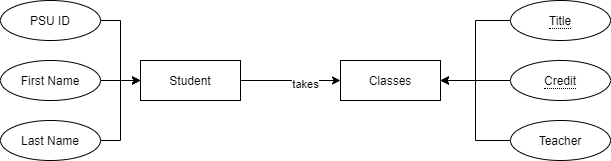
The draw.io diagram Images/tutorial (IST210).png in leo9620/Fall2020, before a commit. Source tidied: cells renumbered, new cells last; positions are measured from the earlier drawing's top-left corner, leaving out a move shared by most shapes.
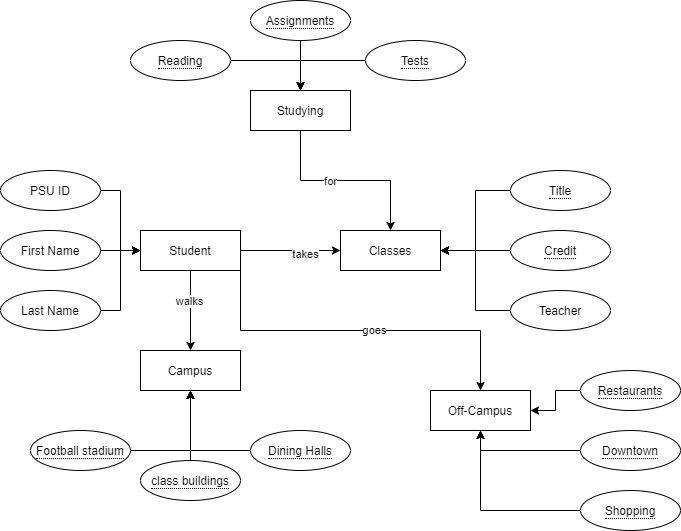
After the commit.

What changed in the source:
```diff
@@ -8,6 +8,20 @@
     <mxCell id="3" value="takes" style="edgeLabel;html=1;align=center;verticalAlign=middle;" parent="2" vertex="1">
       <mxGeometry x="0.28" y="-3" relative="1" as="geometry" />
     </mxCell>
+    <mxCell id="18" style="edgeStyle=orthogonalEdgeStyle;rounded=0;jettySize=auto;html=1;exitX=0.5;exitY=1;exitDx=0;exitDy=0;entryX=0.5;entryY=0;entryDx=0;entryDy=0;" parent="1" edge="1" source="4" target="22">
+      <mxGeometry relative="1" as="geometry" />
+    </mxCell>
+    <mxCell id="19" value="walks" style="edgeLabel;html=1;align=center;verticalAlign=middle;" parent="18" vertex="1">
+      <mxGeometry x="-0.25" y="-2" relative="1" as="geometry" />
+    </mxCell>
+    <mxCell id="20" style="edgeStyle=orthogonalEdgeStyle;rounded=0;jettySize=auto;html=1;exitX=1;exitY=1;exitDx=0;exitDy=0;" parent="1" edge="1" source="4">
+      <mxGeometry relative="1" as="geometry">
+        <mxPoint x="480" y="220" as="targetPoint" />
+      </mxGeometry>
+    </mxCell>
+    <mxCell id="21" value="goes" style="edgeLabel;html=1;align=center;verticalAlign=middle;" parent="20" vertex="1">
+      <mxGeometry x="0.07" y="1" relative="1" as="geometry" />
+    </mxCell>
     <mxCell id="4" value="Student" style="whiteSpace=wrap;html=1;align=center;" parent="1" vertex="1">
       <mxGeometry x="140" y="60" width="100" height="40" as="geometry" />
     </mxCell>
@@ -50,5 +64,82 @@
     <mxCell id="17" value="Teacher" style="ellipse;whiteSpace=wrap;html=1;align=center;" parent="1" vertex="1">
       <mxGeometry x="510" y="120" width="100" height="40" as="geometry" />
     </mxCell>
+    <mxCell id="22" value="Campus" style="whiteSpace=wrap;html=1;align=center;" parent="1" vertex="1">
+      <mxGeometry x="140" y="180" width="100" height="40" as="geometry" />
+    </mxCell>
+    <mxCell id="23" style="edgeStyle=orthogonalEdgeStyle;rounded=0;jettySize=auto;html=1;entryX=0.5;entryY=1;entryDx=0;entryDy=0;" parent="1" edge="1" source="24" target="22">
+      <mxGeometry relative="1" as="geometry" />
+    </mxCell>
+    <mxCell id="24" value="&lt;span style=&quot;border-bottom: 1px dotted&quot;&gt;Football stadium&lt;br&gt;&lt;/span&gt;" style="ellipse;whiteSpace=wrap;html=1;align=center;" parent="1" vertex="1">
+      <mxGeometry x="30" y="260" width="100" height="40" as="geometry" />
+    </mxCell>
+    <mxCell id="25" style="edgeStyle=orthogonalEdgeStyle;rounded=0;jettySize=auto;html=1;entryX=0.5;entryY=1;entryDx=0;entryDy=0;" parent="1" edge="1" source="26" target="22">
+      <mxGeometry relative="1" as="geometry" />
+    </mxCell>
+    <mxCell id="26" value="&lt;span style=&quot;border-bottom: 1px dotted&quot;&gt;class buildings&lt;/span&gt;" style="ellipse;whiteSpace=wrap;html=1;align=center;" parent="1" vertex="1">
+      <mxGeometry x="140" y="290" width="100" height="40" as="geometry" />
+    </mxCell>
+    <mxCell id="27" style="edgeStyle=orthogonalEdgeStyle;rounded=0;jettySize=auto;html=1;entryX=0.5;entryY=1;entryDx=0;entryDy=0;" parent="1" edge="1" source="28" target="22">
+      <mxGeometry relative="1" as="geometry" />
+    </mxCell>
+    <mxCell id="28" value="&lt;span style=&quot;border-bottom: 1px dotted&quot;&gt;Dining Halls&lt;/span&gt;" style="ellipse;whiteSpace=wrap;html=1;align=center;" parent="1" vertex="1">
+      <mxGeometry x="250" y="260" width="100" height="40" as="geometry" />
+    </mxCell>
+    <mxCell id="29" value="Off-Campus" style="whiteSpace=wrap;html=1;align=center;" parent="1" vertex="1">
+      <mxGeometry x="430" y="220" width="100" height="40" as="geometry" />
+    </mxCell>
+    <mxCell id="30" style="edgeStyle=orthogonalEdgeStyle;rounded=0;jettySize=auto;html=1;exitX=0;exitY=0.5;exitDx=0;exitDy=0;entryX=0.5;entryY=1;entryDx=0;entryDy=0;" parent="1" edge="1" source="31" target="29">
+      <mxGeometry relative="1" as="geometry" />
+    </mxCell>
+    <mxCell id="31" value="&lt;span style=&quot;border-bottom: 1px dotted&quot;&gt;Downtown&lt;/span&gt;" style="ellipse;whiteSpace=wrap;html=1;align=center;" parent="1" vertex="1">
+      <mxGeometry x="580" y="260" width="100" height="40" as="geometry" />
+    </mxCell>
+    <mxCell id="32" style="edgeStyle=orthogonalEdgeStyle;rounded=0;jettySize=auto;html=1;exitX=0;exitY=0.5;exitDx=0;exitDy=0;entryX=1;entryY=0.5;entryDx=0;entryDy=0;" parent="1" edge="1" source="33" target="29">
+      <mxGeometry relative="1" as="geometry" />
+    </mxCell>
+    <mxCell id="33" value="&lt;span style=&quot;border-bottom: 1px dotted&quot;&gt;Restaurants&lt;/span&gt;" style="ellipse;whiteSpace=wrap;html=1;align=center;" parent="1" vertex="1">
+      <mxGeometry x="580" y="200" width="100" height="40" as="geometry" />
+    </mxCell>
+    <mxCell id="34" style="edgeStyle=orthogonalEdgeStyle;rounded=0;jettySize=auto;html=1;exitX=0;exitY=0.5;exitDx=0;exitDy=0;" parent="1" edge="1" source="35">
+      <mxGeometry relative="1" as="geometry">
+        <mxPoint x="480" y="260" as="targetPoint" />
+      </mxGeometry>
+    </mxCell>
+    <mxCell id="35" value="&lt;span style=&quot;border-bottom: 1px dotted&quot;&gt;Shopping&lt;/span&gt;" style="ellipse;whiteSpace=wrap;html=1;align=center;" parent="1" vertex="1">
+      <mxGeometry x="580" y="320" width="100" height="40" as="geometry" />
+    </mxCell>
+    <mxCell id="36" style="edgeStyle=orthogonalEdgeStyle;rounded=0;jettySize=auto;html=1;entryX=0.5;entryY=0;entryDx=0;entryDy=0;" parent="1" edge="1" source="38" target="11">
+      <mxGeometry relative="1" as="geometry" />
+    </mxCell>
+    <mxCell id="37" value="for" style="edgeLabel;html=1;align=center;verticalAlign=middle;" parent="36" vertex="1">
+      <mxGeometry x="-0.47" y="29" relative="1" as="geometry">
+        <mxPoint x="29" y="29" as="offset" />
+      </mxGeometry>
+    </mxCell>
+    <mxCell id="38" value="Studying" style="whiteSpace=wrap;html=1;align=center;" parent="1" vertex="1">
+      <mxGeometry x="250" y="-80" width="100" height="40" as="geometry" />
+    </mxCell>
+    <mxCell id="39" style="edgeStyle=orthogonalEdgeStyle;rounded=0;jettySize=auto;html=1;" parent="1" edge="1" source="40">
+      <mxGeometry relative="1" as="geometry">
+        <mxPoint x="300" y="-80" as="targetPoint" />
+      </mxGeometry>
+    </mxCell>
+    <mxCell id="40" value="&lt;span style=&quot;border-bottom: 1px dotted&quot;&gt;Reading&lt;/span&gt;" style="ellipse;whiteSpace=wrap;html=1;align=center;" parent="1" vertex="1">
+      <mxGeometry x="130" y="-130" width="100" height="40" as="geometry" />
+    </mxCell>
+    <mxCell id="41" style="edgeStyle=orthogonalEdgeStyle;rounded=0;jettySize=auto;html=1;entryX=0.5;entryY=0;entryDx=0;entryDy=0;" parent="1" edge="1" source="42" target="38">
+      <mxGeometry relative="1" as="geometry" />
+    </mxCell>
+    <mxCell id="42" value="&lt;span style=&quot;border-bottom: 1px dotted&quot;&gt;Assignments&lt;/span&gt;" style="ellipse;whiteSpace=wrap;html=1;align=center;" parent="1" vertex="1">
+      <mxGeometry x="250" y="-170" width="100" height="40" as="geometry" />
+    </mxCell>
+    <mxCell id="43" style="edgeStyle=orthogonalEdgeStyle;rounded=0;jettySize=auto;html=1;" parent="1" edge="1" source="44">
+      <mxGeometry relative="1" as="geometry">
+        <mxPoint x="300" y="-80" as="targetPoint" />
+      </mxGeometry>
+    </mxCell>
+    <mxCell id="44" value="&lt;span style=&quot;border-bottom: 1px dotted&quot;&gt;Tests&lt;/span&gt;" style="ellipse;whiteSpace=wrap;html=1;align=center;" parent="1" vertex="1">
+      <mxGeometry x="365" y="-130" width="100" height="40" as="geometry" />
+    </mxCell>
   </root>
 </mxGraphModel>
```
